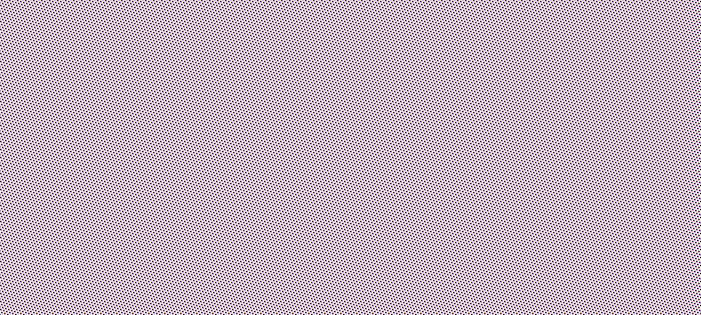
Earlier version of the draw.io export trabalho-I.drawio.png (Isapinto/TECGESTD-CEAD006-Trabalho-I). Source tidied: cells renumbered, new cells last; positions are measured from the earlier drawing's top-left corner, leaving out a move shared by most shapes.
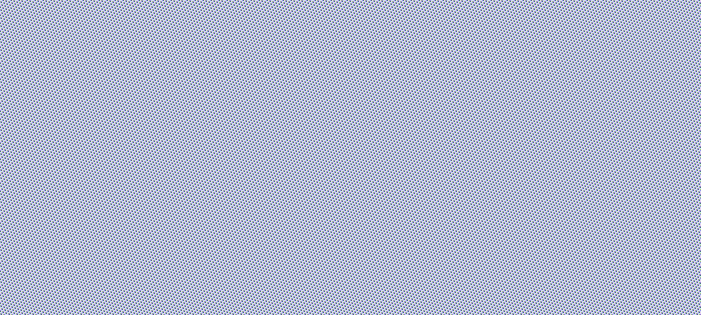
The same file after the commit.

What changed in the source:
```diff
@@ -17,7 +17,7 @@
     <mxCell id="6" value="&lt;h3&gt;&lt;span id=&quot;Orchestra&quot; class=&quot;mw-headline&quot;&gt;Orchestra&lt;/span&gt;&lt;/h3&gt;" style="rounded=0;whiteSpace=wrap;html=1;" parent="1" vertex="1">
       <mxGeometry x="610" width="90" height="40" as="geometry" />
     </mxCell>
-    <mxCell id="7" value="&lt;b&gt;Formam&lt;/b&gt;&lt;br&gt;&lt;div&gt;&lt;br&gt;&lt;/div&gt;" style="html=1;whiteSpace=wrap;shape=isoRectangle;" parent="1" vertex="1">
+    <mxCell id="7" value="&lt;div style=&quot;font-size: 13px;&quot; align=&quot;center&quot;&gt;&lt;font style=&quot;font-size: 13px;&quot;&gt;&lt;b&gt;Formam&lt;/b&gt;&lt;br&gt;&lt;/font&gt;&lt;/div&gt;" style="html=1;whiteSpace=wrap;shape=isoRectangle;align=center;" parent="1" vertex="1">
       <mxGeometry x="296" y="100" width="100" height="60" as="geometry" />
     </mxCell>
     <mxCell id="8" style="endArrow=classic;startArrow=classic;html=1;rounded=0;entryX=0.42;entryY=1.01;entryDx=0;entryDy=0;entryPerimeter=0;exitX=0.284;exitY=0.26;exitDx=0;exitDy=0;exitPerimeter=0;" parent="1" edge="1" source="7" target="4">
@@ -29,6 +29,9 @@
     <mxCell id="10" style="endArrow=classic;startArrow=classic;html=1;rounded=0;exitX=0.5;exitY=1;exitDx=0;exitDy=0;entryX=0.036;entryY=0.5;entryDx=0;entryDy=0;entryPerimeter=0;" parent="1" edge="1" source="3" target="7">
       <mxGeometry relative="1" as="geometry" />
     </mxCell>
+    <mxCell id="13" value="&lt;div&gt;(12, 12)&lt;/div&gt;" style="edgeLabel;html=1;align=center;verticalAlign=middle;fontSize=13;" parent="10" vertex="1">
+      <mxGeometry x="0.83" relative="1" as="geometry" />
+    </mxCell>
     <mxCell id="11" style="endArrow=classic;startArrow=classic;html=1;rounded=0;entryX=0.427;entryY=1.11;entryDx=0;entryDy=0;entryPerimeter=0;exitX=0.988;exitY=0.527;exitDx=0;exitDy=0;exitPerimeter=0;" parent="1" edge="1" source="7" target="6">
       <mxGeometry relative="1" as="geometry" />
     </mxCell>
```
